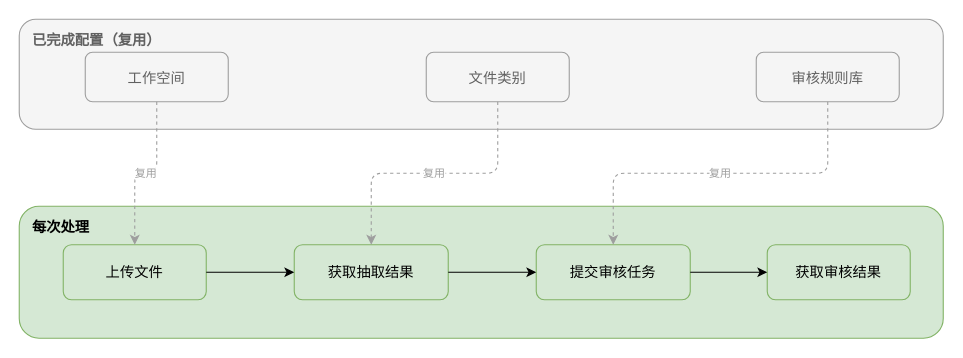
Earlier version of the draw.io diagram docflow/cn/images/expense_reimbursement_daily_flow.drawio (ichaozai/docflow-docs). Source tidied: cells renumbered, new cells numbered last; positions are measured from the earlier drawing's top-left corner, leaving out a move shared by most shapes. Both pictures are drawn from the tidied source at 110%, with x=0, y=0 at pixel (19, 19).
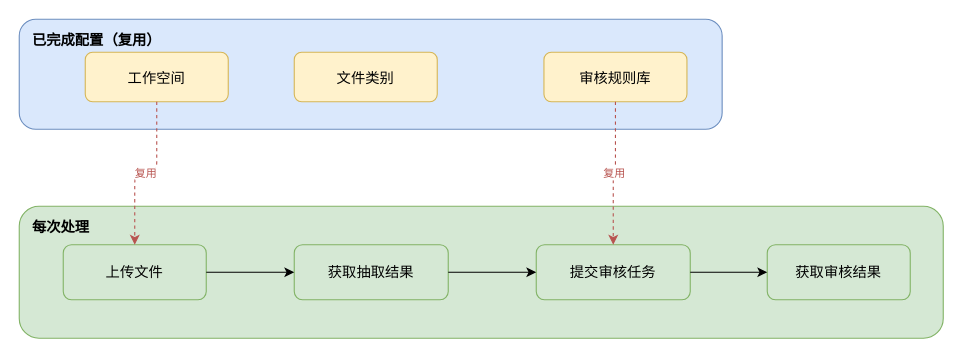
After the change.

The edit, as a diff of the source:
```diff
@@
 <mxGraphModel>
   <root>
     <mxCell id="0" />
     <mxCell id="1" parent="0" />
-    <mxCell id="2" value="已完成配置（复用）" style="text;html=1;strokeColor=#9e9e9e;fillColor=#f5f5f5;align=left;verticalAlign=top;spacingTop=5;spacingLeft=10;fontStyle=1;fontSize=13;rounded=1;fontColor=#616161;" parent="1" vertex="1">
-      <mxGeometry width="840" height="100" as="geometry" />
+    <mxCell id="2" value="已完成配置（复用）" style="text;html=1;strokeColor=#6c8ebf;fillColor=#dae8fc;align=left;verticalAlign=top;spacingTop=5;spacingLeft=10;fontStyle=1;fontSize=13;rounded=1;" parent="1" vertex="1">
+      <mxGeometry width="639" height="100" as="geometry" />
     </mxCell>
-    <mxCell id="3" value="工作空间" style="rounded=1;whiteSpace=wrap;html=1;fillColor=#f5f5f5;strokeColor=#9e9e9e;fontSize=13;fontColor=#616161;" parent="1" vertex="1">
+    <mxCell id="3" value="工作空间" style="rounded=1;whiteSpace=wrap;html=1;fillColor=#fff2cc;strokeColor=#d6b656;fontSize=13;" parent="1" vertex="1">
       <mxGeometry x="60" y="30" width="130" height="45" as="geometry" />
     </mxCell>
-    <mxCell id="4" value="文件类别" style="rounded=1;whiteSpace=wrap;html=1;fillColor=#f5f5f5;strokeColor=#9e9e9e;fontSize=13;fontColor=#616161;" parent="1" vertex="1">
-      <mxGeometry x="370" y="30" width="130" height="45" as="geometry" />
+    <mxCell id="4" value="文件类别" style="rounded=1;whiteSpace=wrap;html=1;fillColor=#fff2cc;strokeColor=#d6b656;fontSize=13;" parent="1" vertex="1">
+      <mxGeometry x="250" y="30" width="130" height="45" as="geometry" />
     </mxCell>
-    <mxCell id="5" value="审核规则库" style="rounded=1;whiteSpace=wrap;html=1;fillColor=#f5f5f5;strokeColor=#9e9e9e;fontSize=13;fontColor=#616161;" parent="1" vertex="1">
-      <mxGeometry x="670" y="30" width="130" height="45" as="geometry" />
+    <mxCell id="5" value="审核规则库" style="rounded=1;whiteSpace=wrap;html=1;fillColor=#fff2cc;strokeColor=#d6b656;fontSize=13;" parent="1" vertex="1">
+      <mxGeometry x="477" y="30" width="130" height="45" as="geometry" />
     </mxCell>
     <mxCell id="6" value="每次处理" style="text;html=1;strokeColor=#82b366;fillColor=#d5e8d4;align=left;verticalAlign=top;spacingTop=5;spacingLeft=10;fontStyle=1;fontSize=13;rounded=1;" parent="1" vertex="1">
       <mxGeometry y="170" width="840" height="120" as="geometry" />
     </mxCell>
     <mxCell id="7" value="上传文件" style="rounded=1;whiteSpace=wrap;html=1;fillColor=#d5e8d4;strokeColor=#82b366;fontSize=13;" parent="1" vertex="1">
       <mxGeometry x="40" y="205" width="130" height="50" as="geometry" />
     </mxCell>
     <mxCell id="8" value="获取抽取结果" style="rounded=1;whiteSpace=wrap;html=1;fillColor=#d5e8d4;strokeColor=#82b366;fontSize=13;" parent="1" vertex="1">
       <mxGeometry x="250" y="205" width="140" height="50" as="geometry" />
     </mxCell>
     <mxCell id="9" value="提交审核任务" style="rounded=1;whiteSpace=wrap;html=1;fillColor=#d5e8d4;strokeColor=#82b366;fontSize=13;" parent="1" vertex="1">
       <mxGeometry x="470" y="205" width="140" height="50" as="geometry" />
     </mxCell>
     <mxCell id="10" value="获取审核结果" style="rounded=1;whiteSpace=wrap;html=1;fillColor=#d5e8d4;strokeColor=#82b366;fontSize=13;" parent="1" vertex="1">
       <mxGeometry x="680" y="205" width="130" height="50" as="geometry" />
     </mxCell>
     <mxCell id="11" style="edgeStyle=orthogonalEdgeStyle;html=1;" parent="1" edge="1" source="7" target="8">
       <mxGeometry relative="1" as="geometry" />
     </mxCell>
     <mxCell id="12" style="edgeStyle=orthogonalEdgeStyle;html=1;" parent="1" edge="1" source="8" target="9">
       <mxGeometry relative="1" as="geometry" />
     </mxCell>
     <mxCell id="13" style="edgeStyle=orthogonalEdgeStyle;html=1;" parent="1" edge="1" source="9" target="10">
       <mxGeometry relative="1" as="geometry" />
     </mxCell>
-    <mxCell id="14" value="复用" style="edgeStyle=orthogonalEdgeStyle;html=1;dashed=1;strokeColor=#9e9e9e;fontColor=#9e9e9e;fontSize=10;exitX=0.5;exitY=1;exitDx=0;exitDy=0;entryX=0.5;entryY=0;entryDx=0;entryDy=0;" parent="1" edge="1" source="3" target="7">
+    <mxCell id="14" value="复用" style="edgeStyle=orthogonalEdgeStyle;html=1;dashed=1;strokeColor=#b85450;fontColor=#b85450;fontSize=10;exitX=0.5;exitY=1;exitDx=0;exitDy=0;entryX=0.5;entryY=0;entryDx=0;entryDy=0;" parent="1" edge="1" source="3" target="7">
       <mxGeometry relative="1" as="geometry" />
     </mxCell>
-    <mxCell id="15" value="复用" style="edgeStyle=orthogonalEdgeStyle;html=1;dashed=1;strokeColor=#9e9e9e;fontColor=#9e9e9e;fontSize=10;exitX=0.5;exitY=1;exitDx=0;exitDy=0;entryX=0.5;entryY=0;entryDx=0;entryDy=0;" parent="1" edge="1" source="4" target="8">
-      <mxGeometry relative="1" as="geometry" />
-    </mxCell>
-    <mxCell id="16" value="复用" style="edgeStyle=orthogonalEdgeStyle;html=1;dashed=1;strokeColor=#9e9e9e;fontColor=#9e9e9e;fontSize=10;exitX=0.5;exitY=1;exitDx=0;exitDy=0;entryX=0.5;entryY=0;entryDx=0;entryDy=0;" parent="1" edge="1" source="5" target="9">
+    <mxCell id="16" value="复用" style="edgeStyle=orthogonalEdgeStyle;html=1;dashed=1;strokeColor=#b85450;fontColor=#b85450;fontSize=10;exitX=0.5;exitY=1;exitDx=0;exitDy=0;entryX=0.5;entryY=0;entryDx=0;entryDy=0;" parent="1" edge="1" source="5" target="9">
       <mxGeometry relative="1" as="geometry" />
     </mxCell>
   </root>
 </mxGraphModel>
```
